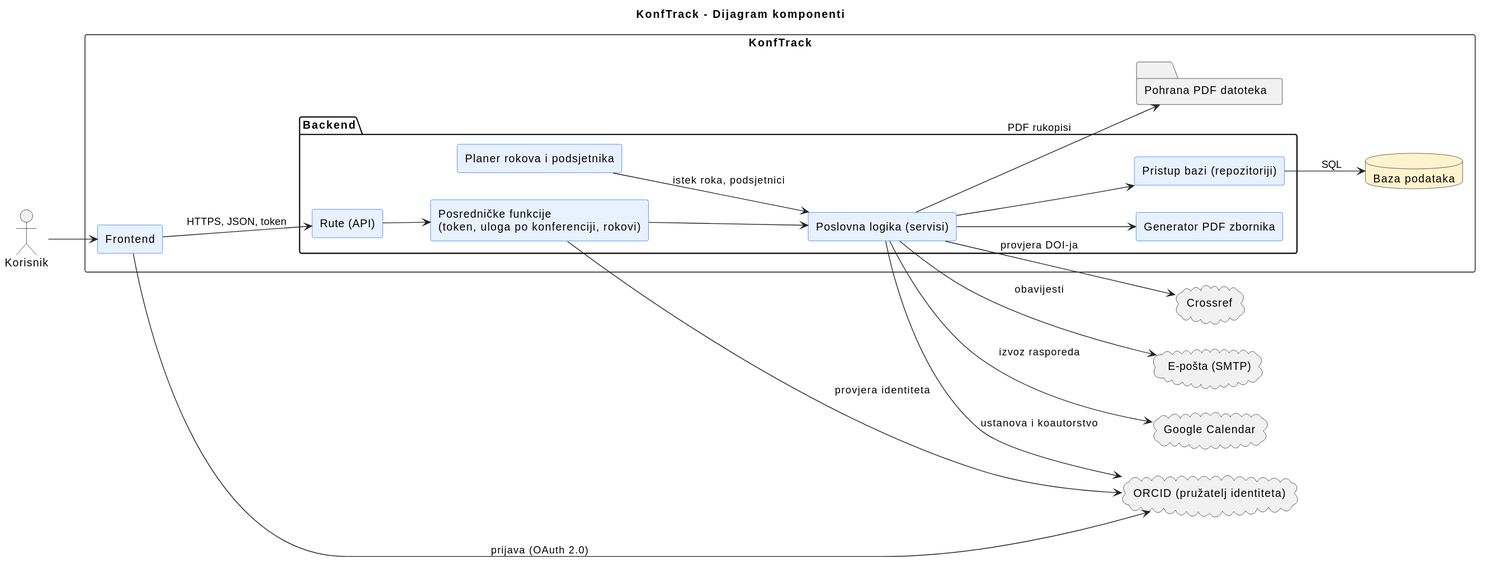
Above: docs/assets/diagrams/4-1-konftrack-system-CMP.svg in MatejCuric/KonfTrack-Grupa-12.1 (PlantUML), before the change.
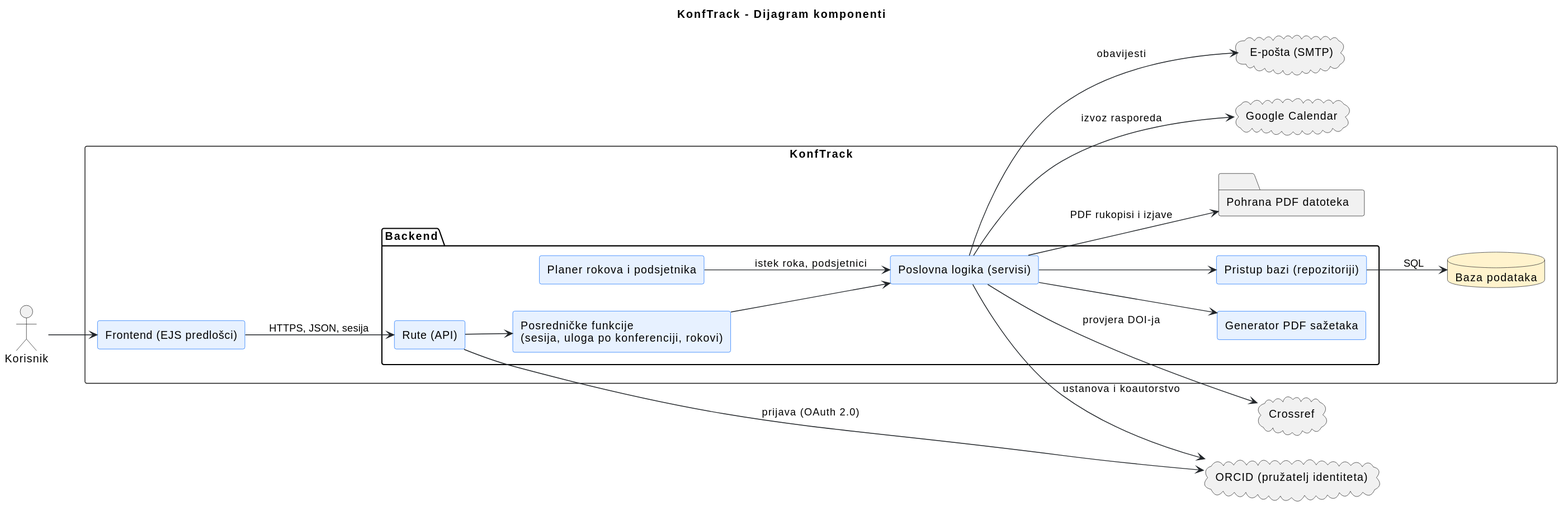
After the change.

Diff of the diagram source:
```diff
@@ -1,7 +1,6 @@
 @startuml
 title KonfTrack - Dijagram komponenti
 actor Korisnik
-
 left to right direction
 
 skinparam shadowing false
@@ -21,13 +20,13 @@
 
 
 rectangle "KonfTrack" {
-    [Frontend] as FE
+    [Frontend (EJS predlošci)] as FE
     package "Backend" {
        [Rute (API)] as RUTE
-       [Posredničke funkcije\n(token, uloga po konferenciji, rokovi)] as MW
+       [Posredničke funkcije\n(sesija, uloga po konferenciji, rokovi)] as MW
        [Poslovna logika (servisi)] as BL
        [Planer rokova i podsjetnika] as SCH
-       [Generator PDF zbornika] as PDF
+       [Generator PDF sažetaka] as PDF
        [Pristup bazi (repozitoriji)] as DAL
     }
     database "Baza podataka" as DB
@@ -40,16 +39,15 @@
 cloud "Google Calendar" as GC
 
 Korisnik --> FE
-FE --> RUTE: HTTPS, JSON, token
-FE --> IDP : prijava (OAuth 2.0)
+FE --> RUTE: HTTPS, JSON, sesija
+RUTE --> IDP : prijava (OAuth 2.0)
 RUTE --> MW
 MW --> BL
-MW --> IDP : provjera identiteta
 BL --> DAL
 BL --> PDF
 SCH --> BL : istek roka, podsjetnici
 DAL --> DB : SQL
-BL --> FS : PDF rukopisi
+BL --> FS : PDF rukopisi i izjave
 BL --> IDP : ustanova i koautorstvo
 BL --> CR : provjera DOI-ja
 BL --> SMTP : obavijesti
```
